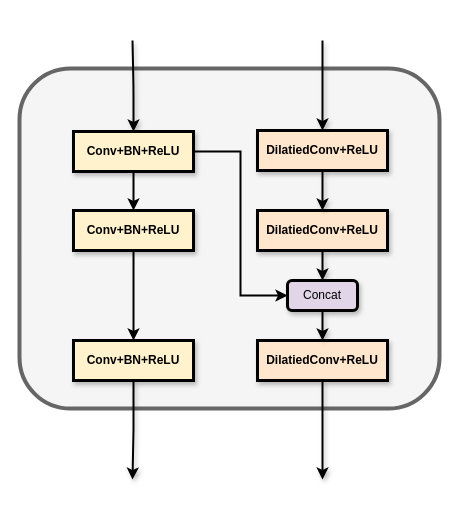
Before: Asymmetric_Cross_Path/d_alltoone.drawio in KopiSoftware/draw_cc_cloud, a draw.io diagram. Source tidied: cells renumbered, new cells numbered last; positions are measured from the earlier drawing's top-left corner, leaving out a move shared by most shapes. Both pictures are drawn from the tidied source at 100%, with x=0, y=0 at pixel (19, 40).
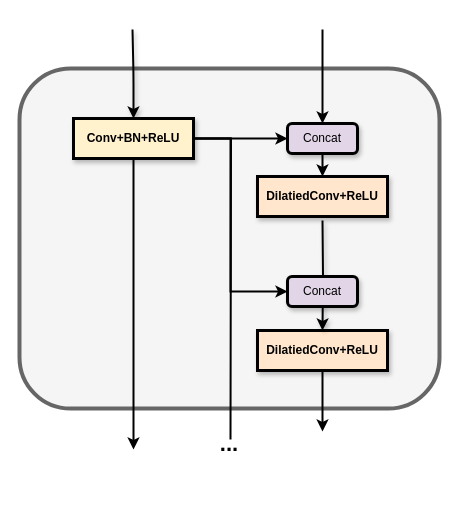
The same page after the edit.

The edit, as a diff of the source:
```diff
@@
-    <mxCell id="3" style="edgeStyle=orthogonalEdgeStyle;rounded=1;jettySize=auto;html=1;strokeWidth=2;shadow=1;endArrow=none;endFill=0;startArrow=classic;startFill=1;" parent="1" edge="1" source="6">
-      <mxGeometry relative="1" as="geometry">
-        <mxPoint x="113" as="targetPoint" />
-      </mxGeometry>
-    </mxCell>
-    <mxCell id="4" style="edgeStyle=orthogonalEdgeStyle;rounded=0;jettySize=auto;html=1;entryX=0;entryY=0.5;entryDx=0;entryDy=0;strokeWidth=2;" parent="1" edge="1" source="6" target="17">
-      <mxGeometry relative="1" as="geometry" />
-    </mxCell>
-    <mxCell id="5" style="edgeStyle=orthogonalEdgeStyle;rounded=0;jettySize=auto;html=1;entryX=0.5;entryY=0;entryDx=0;entryDy=0;strokeWidth=2;" parent="1" edge="1" source="6" target="19">
-      <mxGeometry relative="1" as="geometry" />
-    </mxCell>
-    <mxCell id="6" value="&lt;b&gt;Conv+BN+ReLU&lt;/b&gt;" style="rounded=0;whiteSpace=wrap;html=1;fillColor=#fff2cc;strokeColor=#000000;strokeWidth=3;shadow=1;" parent="1" vertex="1">
-      <mxGeometry x="54" y="91" width="120" height="40" as="geometry" />
-    </mxCell>
-    <mxCell id="7" style="edgeStyle=orthogonalEdgeStyle;rounded=0;jettySize=auto;html=1;exitX=0.5;exitY=1;exitDx=0;exitDy=0;strokeWidth=2;shadow=1;" parent="1" edge="1" source="8">
-      <mxGeometry relative="1" as="geometry">
-        <mxPoint x="113" y="439" as="targetPoint" />
-      </mxGeometry>
-    </mxCell>
-    <mxCell id="8" value="&lt;b style=&quot;border-color: var(--border-color);&quot;&gt;Conv+BN+ReLU&lt;/b&gt;" style="rounded=0;whiteSpace=wrap;html=1;fillColor=#fff2cc;strokeColor=#000000;strokeWidth=3;shadow=1;" parent="1" vertex="1">
-      <mxGeometry x="54" y="300" width="120" height="40" as="geometry" />
-    </mxCell>
-    <mxCell id="9" style="edgeStyle=orthogonalEdgeStyle;rounded=0;jettySize=auto;html=1;entryX=0.5;entryY=0;entryDx=0;entryDy=0;strokeWidth=2;shadow=1;" parent="1" edge="1" source="10" target="17">
-      <mxGeometry relative="1" as="geometry" />
-    </mxCell>
-    <mxCell id="10" value="&lt;b style=&quot;border-color: var(--border-color);&quot;&gt;DilatiedConv+ReLU&lt;/b&gt;" style="rounded=0;whiteSpace=wrap;html=1;fillColor=#ffe6cc;strokeColor=#000000;strokeWidth=3;shadow=1;" parent="1" vertex="1">
-      <mxGeometry x="238" y="170" width="130" height="40" as="geometry" />
-    </mxCell>
-    <mxCell id="11" style="edgeStyle=orthogonalEdgeStyle;rounded=0;jettySize=auto;html=1;exitX=0.5;exitY=1;exitDx=0;exitDy=0;strokeWidth=2;shadow=1;" parent="1" edge="1" source="12">
-      <mxGeometry relative="1" as="geometry">
-        <mxPoint x="303" y="439" as="targetPoint" />
-      </mxGeometry>
-    </mxCell>
-    <mxCell id="12" value="&lt;b style=&quot;border-color: var(--border-color);&quot;&gt;DilatiedConv+ReLU&lt;/b&gt;" style="rounded=0;whiteSpace=wrap;html=1;fillColor=#ffe6cc;strokeColor=#000000;strokeWidth=3;shadow=1;" parent="1" vertex="1">
-      <mxGeometry x="238" y="300" width="130" height="40" as="geometry" />
-    </mxCell>
-    <mxCell id="13" style="edgeStyle=orthogonalEdgeStyle;rounded=0;jettySize=auto;html=1;entryX=0.5;entryY=0;entryDx=0;entryDy=0;strokeWidth=2;shadow=1;" parent="1" edge="1" source="15" target="10">
-      <mxGeometry relative="1" as="geometry" />
-    </mxCell>
-    <mxCell id="14" style="rounded=0;jettySize=auto;html=1;strokeWidth=2;shadow=1;startArrow=classic;startFill=1;endArrow=none;endFill=0;" parent="1" edge="1" source="15">
-      <mxGeometry relative="1" as="geometry">
-        <mxPoint x="303" as="targetPoint" />
-      </mxGeometry>
-    </mxCell>
-    <mxCell id="15" value="&lt;b style=&quot;border-color: var(--border-color);&quot;&gt;DilatiedConv+ReLU&lt;/b&gt;" style="rounded=0;whiteSpace=wrap;html=1;fillColor=#ffe6cc;strokeColor=#000000;strokeWidth=3;shadow=1;" parent="1" vertex="1">
-      <mxGeometry x="238" y="90" width="130" height="40" as="geometry" />
-    </mxCell>
-    <mxCell id="16" style="edgeStyle=orthogonalEdgeStyle;rounded=0;jettySize=auto;html=1;entryX=0.5;entryY=0;entryDx=0;entryDy=0;strokeWidth=2;shadow=1;" parent="1" edge="1" source="17" target="12">
-      <mxGeometry relative="1" as="geometry" />
-    </mxCell>
-    <mxCell id="17" value="Concat" style="rounded=1;whiteSpace=wrap;html=1;strokeWidth=3;shadow=1;fillColor=#e1d5e7;strokeColor=#000000;" parent="1" vertex="1">
-      <mxGeometry x="268" y="240" width="70" height="30" as="geometry" />
-    </mxCell>
-    <mxCell id="18" style="edgeStyle=orthogonalEdgeStyle;rounded=0;jettySize=auto;html=1;entryX=0.5;entryY=0;entryDx=0;entryDy=0;strokeWidth=2;" parent="1" edge="1" source="19" target="8">
-      <mxGeometry relative="1" as="geometry" />
-    </mxCell>
-    <mxCell id="19" value="&lt;b&gt;Conv+BN+ReLU&lt;/b&gt;" style="rounded=0;whiteSpace=wrap;html=1;fillColor=#fff2cc;strokeColor=#000000;strokeWidth=3;shadow=1;" parent="1" vertex="1">
-      <mxGeometry x="54" y="170" width="120" height="40" as="geometry" />
-    </mxCell>
+    <mxCell id="20" style="edgeStyle=orthogonalEdgeStyle;rounded=1;jettySize=auto;html=1;strokeWidth=2;shadow=1;endArrow=none;endFill=0;startArrow=classic;startFill=1;" parent="1" edge="1" source="24">
+      <mxGeometry relative="1" as="geometry">
+        <mxPoint x="113" y="-11" as="targetPoint" />
+      </mxGeometry>
+    </mxCell>
+    <mxCell id="21" style="edgeStyle=orthogonalEdgeStyle;rounded=0;jettySize=auto;html=1;entryX=0;entryY=0.5;entryDx=0;entryDy=0;strokeWidth=2;" parent="1" edge="1" source="24" target="34">
+      <mxGeometry relative="1" as="geometry" />
+    </mxCell>
+    <mxCell id="22" style="edgeStyle=orthogonalEdgeStyle;rounded=0;jettySize=auto;html=1;exitX=1;exitY=0.5;exitDx=0;exitDy=0;entryX=0;entryY=0.5;entryDx=0;entryDy=0;strokeWidth=2;" parent="1" edge="1" source="24" target="30">
+      <mxGeometry relative="1" as="geometry">
+        <Array as="points">
+          <mxPoint x="211" y="98" />
+          <mxPoint x="211" y="251" />
+        </Array>
+      </mxGeometry>
+    </mxCell>
+    <mxCell id="23" style="edgeStyle=orthogonalEdgeStyle;rounded=0;jettySize=auto;html=1;exitX=1;exitY=0.5;exitDx=0;exitDy=0;endArrow=none;endFill=0;strokeWidth=2;" parent="1" edge="1" source="24">
+      <mxGeometry relative="1" as="geometry">
+        <mxPoint x="211" y="399" as="targetPoint" />
+      </mxGeometry>
+    </mxCell>
+    <mxCell id="24" value="&lt;b&gt;Conv+BN+ReLU&lt;/b&gt;" style="rounded=0;whiteSpace=wrap;html=1;fillColor=#fff2cc;strokeColor=#000000;strokeWidth=3;shadow=1;" parent="1" vertex="1">
+      <mxGeometry x="54" y="78" width="120" height="40" as="geometry" />
+    </mxCell>
+    <mxCell id="25" style="edgeStyle=orthogonalEdgeStyle;rounded=0;orthogonalLoop=1;jettySize=auto;html=1;exitX=0.5;exitY=1;exitDx=0;exitDy=0;strokeWidth=2;" parent="1" edge="1">
+      <mxGeometry relative="1" as="geometry">
+        <mxPoint x="303" y="312" as="sourcePoint" />
+        <mxPoint x="303" y="391" as="targetPoint" />
+      </mxGeometry>
+    </mxCell>
+    <mxCell id="26" value="&lt;b style=&quot;border-color: var(--border-color);&quot;&gt;DilatiedConv+ReLU&lt;/b&gt;" style="rounded=0;whiteSpace=wrap;html=1;fillColor=#ffe6cc;strokeColor=#000000;strokeWidth=3;shadow=1;" parent="1" vertex="1">
+      <mxGeometry x="238" y="290" width="130" height="40" as="geometry" />
+    </mxCell>
+    <mxCell id="27" style="edgeStyle=orthogonalEdgeStyle;rounded=0;jettySize=auto;html=1;entryX=0.5;entryY=0;entryDx=0;entryDy=0;strokeWidth=2;shadow=1;" parent="1" edge="1" target="26">
+      <mxGeometry relative="1" as="geometry">
+        <mxPoint x="303" y="180" as="sourcePoint" />
+      </mxGeometry>
+    </mxCell>
+    <mxCell id="28" style="edgeStyle=orthogonalEdgeStyle;rounded=0;jettySize=auto;html=1;exitX=0.5;exitY=0;exitDx=0;exitDy=0;" parent="1" edge="1" source="29">
+      <mxGeometry relative="1" as="geometry">
+        <mxPoint x="303" y="136" as="targetPoint" />
+      </mxGeometry>
+    </mxCell>
+    <mxCell id="29" value="&lt;b style=&quot;border-color: var(--border-color);&quot;&gt;DilatiedConv+ReLU&lt;/b&gt;" style="rounded=0;whiteSpace=wrap;html=1;fillColor=#ffe6cc;strokeColor=#000000;strokeWidth=3;shadow=1;" parent="1" vertex="1">
+      <mxGeometry x="238" y="136" width="130" height="40" as="geometry" />
+    </mxCell>
+    <mxCell id="30" value="Concat" style="rounded=1;whiteSpace=wrap;html=1;strokeWidth=3;shadow=1;fillColor=#e1d5e7;strokeColor=#000000;" parent="1" vertex="1">
+      <mxGeometry x="268" y="236" width="70" height="30" as="geometry" />
+    </mxCell>
+    <mxCell id="31" style="edgeStyle=orthogonalEdgeStyle;rounded=0;jettySize=auto;html=1;strokeWidth=2;exitX=0.5;exitY=1;exitDx=0;exitDy=0;" parent="1" edge="1" source="24">
+      <mxGeometry relative="1" as="geometry">
+        <mxPoint x="114" y="409" as="targetPoint" />
+      </mxGeometry>
+    </mxCell>
+    <mxCell id="32" style="edgeStyle=orthogonalEdgeStyle;rounded=0;jettySize=auto;html=1;entryX=0.5;entryY=0;entryDx=0;entryDy=0;strokeWidth=2;" parent="1" edge="1" source="34" target="29">
+      <mxGeometry relative="1" as="geometry" />
+    </mxCell>
+    <mxCell id="33" style="edgeStyle=orthogonalEdgeStyle;rounded=0;jettySize=auto;html=1;endArrow=none;endFill=0;startArrow=classic;startFill=1;strokeWidth=2;" parent="1" edge="1" source="34">
+      <mxGeometry relative="1" as="geometry">
+        <mxPoint x="303" y="-11" as="targetPoint" />
+      </mxGeometry>
+    </mxCell>
+    <mxCell id="34" value="Concat" style="rounded=1;whiteSpace=wrap;html=1;strokeWidth=3;shadow=1;fillColor=#e1d5e7;strokeColor=#000000;" parent="1" vertex="1">
+      <mxGeometry x="268" y="83" width="70" height="30" as="geometry" />
+    </mxCell>
+    <mxCell id="35" value="&lt;b&gt;&lt;font style=&quot;font-size: 22px;&quot;&gt;...&lt;/font&gt;&lt;/b&gt;" style="text;html=1;strokeColor=none;fillColor=none;align=center;verticalAlign=middle;whiteSpace=wrap;rounded=0;" parent="1" vertex="1">
+      <mxGeometry x="180" y="389" width="60" height="30" as="geometry" />
+    </mxCell>
```
